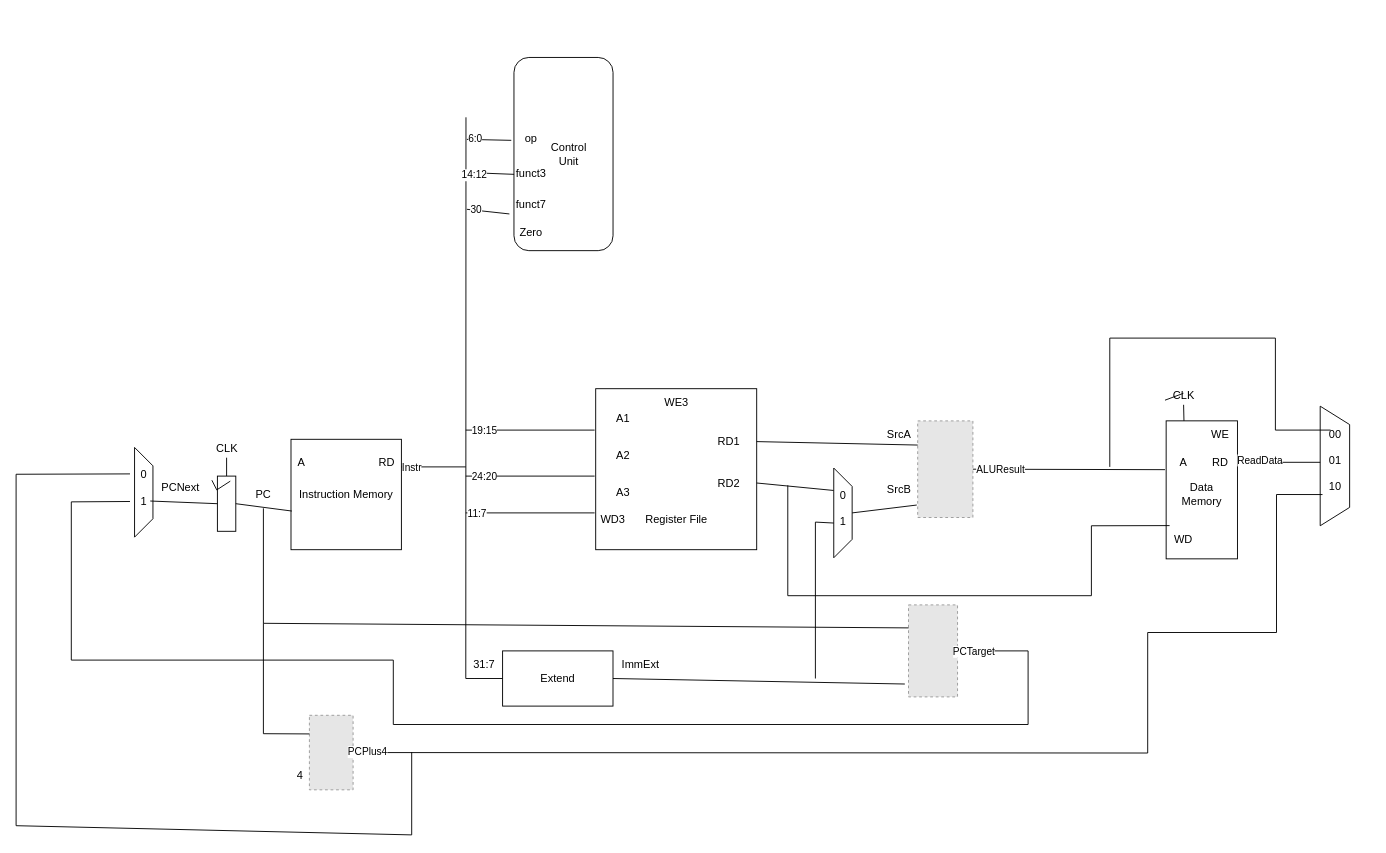
Above: Basis.drawio in aschi2403/RA-Projekt (draw.io), before the change. Source tidied: cells renumbered, new cells numbered last; positions are measured from the earlier drawing's top-left corner, leaving out a move shared by most shapes. Both pictures are drawn from the tidied source at 92%, with x=0, y=0 at pixel (16, 62). Pictures stored in the file or linked from it are replaced by grey dashed boxes.
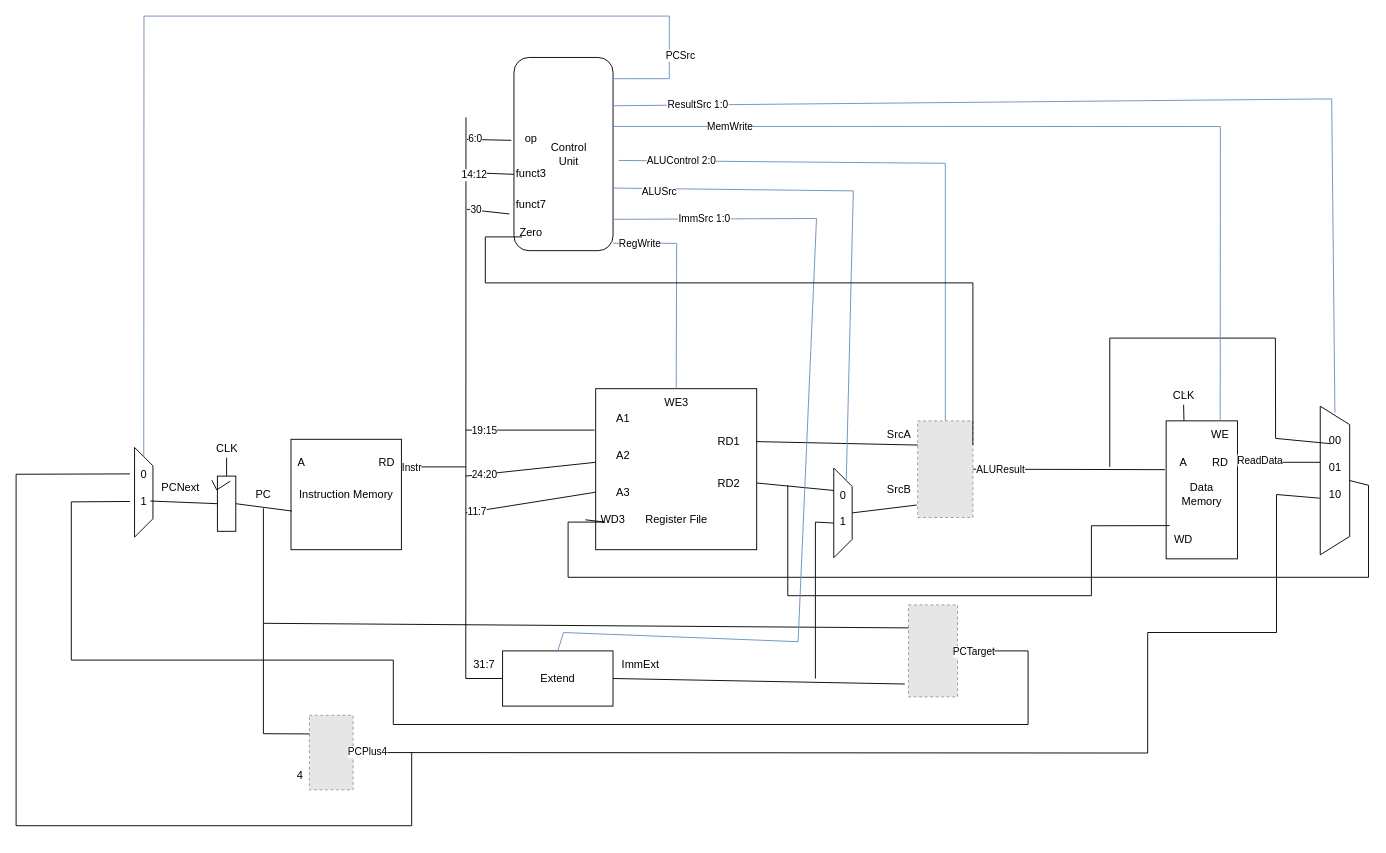
After the change.

Unchanged cells that the change refers to:
```xml
<mxCell id="13" style="shape=trapezoid;perimeter=trapezoidPerimeter;whiteSpace=wrap;html=1;fixedSize=1;rotation=90;" parent="12" vertex="1">
  <mxGeometry x="-18.8" y="38.8" width="97.5" height="20" as="geometry" />
</mxCell>
<mxCell id="14" value="&lt;div&gt;0&lt;/div&gt;&lt;div&gt;&lt;br&gt;&lt;/div&gt;&lt;div&gt;1&lt;br&gt;&lt;/div&gt;" style="text;html=1;strokeColor=none;fillColor=none;align=center;verticalAlign=middle;whiteSpace=wrap;rounded=0;" parent="12" vertex="1">
  <mxGeometry y="28.8" width="60" height="30" as="geometry" />
</mxCell>
<mxCell id="26" value="A2" style="text;html=1;strokeColor=none;fillColor=none;align=center;verticalAlign=middle;whiteSpace=wrap;rounded=0;" parent="1" vertex="1">
  <mxGeometry x="630" y="412.5" width="60" height="30" as="geometry" />
</mxCell>
<mxCell id="27" value="A3" style="text;html=1;strokeColor=none;fillColor=none;align=center;verticalAlign=middle;whiteSpace=wrap;rounded=0;" parent="1" vertex="1">
  <mxGeometry x="630" y="452.5" width="60" height="30" as="geometry" />
</mxCell>
<mxCell id="28" value="WE3" style="text;html=1;strokeColor=none;fillColor=none;align=center;verticalAlign=middle;whiteSpace=wrap;rounded=0;" parent="1" vertex="1">
  <mxGeometry x="687.5" y="355" width="60" height="30" as="geometry" />
</mxCell>
<mxCell id="29" value="WD3" style="text;html=1;strokeColor=none;fillColor=none;align=center;verticalAlign=middle;whiteSpace=wrap;rounded=0;" parent="1" vertex="1">
  <mxGeometry x="618.8" y="482.5" width="60" height="30" as="geometry" />
</mxCell>
<mxCell id="30" style="fillColor=#E6E6E6;strokeColor=#999999;dashed=1;verticalLabelPosition=bottom;labelBackgroundColor=default;verticalAlign=top;" parent="1" vertex="1">
  <mxGeometry x="980" y="390" width="60" height="105" as="geometry" />
</mxCell>
<mxCell id="35" style="shape=trapezoid;perimeter=trapezoidPerimeter;whiteSpace=wrap;html=1;fixedSize=1;rotation=90;" parent="1" vertex="1">
  <mxGeometry x="850" y="480" width="97.5" height="20" as="geometry" />
</mxCell>
<mxCell id="46" value="Extend" style="rounded=0;whiteSpace=wrap;html=1;" parent="1" vertex="1">
  <mxGeometry x="528.8" y="640" width="120" height="60" as="geometry" />
</mxCell>
<mxCell id="59" value="WE" style="text;html=1;strokeColor=none;fillColor=none;align=center;verticalAlign=middle;whiteSpace=wrap;rounded=0;" parent="1" vertex="1">
  <mxGeometry x="1278.8" y="390" width="60" height="30" as="geometry" />
</mxCell>
<mxCell id="61" value="CLK" style="text;html=1;align=center;verticalAlign=middle;points=[];strokeColor=none;fillColor=none;" parent="1" vertex="1">
  <mxGeometry x="1248.8" y="352.5" width="40" height="20" as="geometry" />
</mxCell>
<mxCell id="82" style="rounded=1;whiteSpace=wrap;html=1;rotation=90;" parent="81" vertex="1">
  <mxGeometry x="-70" y="46.1" width="210" height="107.7" as="geometry" />
</mxCell>
<mxCell id="87" value="Zero" style="text;html=1;strokeColor=none;fillColor=none;align=center;verticalAlign=middle;whiteSpace=wrap;rounded=0;" parent="81" vertex="1">
  <mxGeometry x="-30" y="170" width="60" height="30" as="geometry" />
</mxCell>
```

Diff of the diagram source:
```diff
@@
-    <mxCell id="42" style="endArrow=none;html=1;rounded=0;" parent="1" edge="1">
+    <mxCell id="42" style="endArrow=none;html=1;rounded=0;entryX=0;entryY=0.75;entryDx=0;entryDy=0;" parent="1" edge="1" target="26">
       <mxGeometry relative="1" as="geometry">
         <mxPoint x="488.8" y="450" as="sourcePoint" />
-        <mxPoint x="628.8" y="450" as="targetPoint" />
       </mxGeometry>
     </mxCell>
@@
-    <mxCell id="44" style="endArrow=none;html=1;rounded=0;" parent="1" edge="1">
+    <mxCell id="44" style="endArrow=none;html=1;rounded=0;entryX=0;entryY=0.5;entryDx=0;entryDy=0;" parent="1" edge="1" target="27">
       <mxGeometry relative="1" as="geometry">
         <mxPoint x="488.8" y="490" as="sourcePoint" />
-        <mxPoint x="628.8" y="490" as="targetPoint" />
       </mxGeometry>
     </mxCell>
@@
-    <mxCell id="62" style="endArrow=none;html=1;rounded=0;entryX=0;entryY=0.75;entryDx=0;entryDy=0;" parent="1" edge="1" target="61">
+    <mxCell id="62" style="endArrow=none;html=1;rounded=0;" parent="1" edge="1">
       <mxGeometry relative="1" as="geometry">
         <mxPoint x="1268.8" y="360" as="sourcePoint" />
+        <mxPoint x="1270" y="360" as="targetPoint" />
       </mxGeometry>
     </mxCell>
@@
     <mxCell id="67" style="shape=trapezoid;perimeter=trapezoidPerimeter;whiteSpace=wrap;html=1;fixedSize=1;rotation=90;" parent="1" vertex="1">
-      <mxGeometry x="1368.5" y="423" width="130" height="32" as="geometry" />
+      <mxGeometry x="1352.8" y="438.8" width="161.5" height="32" as="geometry" />
     </mxCell>
-    <mxCell id="68" value="&lt;div&gt;00&lt;/div&gt;&lt;div&gt;&lt;br&gt;&lt;/div&gt;&lt;div&gt;01&lt;/div&gt;&lt;div&gt;&lt;br&gt;&lt;/div&gt;&lt;div&gt;10&lt;br&gt;&lt;/div&gt;" style="text;html=1;strokeColor=none;fillColor=none;align=center;verticalAlign=middle;whiteSpace=wrap;rounded=0;" parent="1" vertex="1">
-      <mxGeometry x="1403.5" y="372.5" width="60" height="120" as="geometry" />
+    <mxCell id="68" value="&lt;div&gt;00&lt;/div&gt;&lt;div&gt;&lt;br&gt;&lt;/div&gt;&lt;div&gt;01&lt;/div&gt;&lt;div&gt;&lt;br&gt;&lt;/div&gt;&lt;div&gt;10&lt;br&gt;&lt;/div&gt;&lt;div&gt;&lt;br&gt;&lt;/div&gt;&lt;div&gt;&lt;br&gt;&lt;/div&gt;" style="text;html=1;strokeColor=none;fillColor=none;align=center;verticalAlign=middle;whiteSpace=wrap;rounded=0;" parent="1" vertex="1">
+      <mxGeometry x="1403.5" y="381" width="60" height="147.5" as="geometry" />
     </mxCell>
@@
     <mxCell id="70" style="endArrow=none;html=1;rounded=0;entryX=0.421;entryY=0.229;entryDx=0;entryDy=0;entryPerimeter=0;" parent="1" edge="1" target="68">
       <mxGeometry relative="1" as="geometry">
         <mxPoint x="1188.8" y="440" as="sourcePoint" />
         <Array as="points">
           <mxPoint x="1188.8" y="300" />
           <mxPoint x="1368.8" y="300" />
-          <mxPoint x="1368.8" y="400" />
+          <mxPoint x="1369" y="409" />
         </Array>
       </mxGeometry>
     </mxCell>
@@
-    <mxCell id="94" style="endArrow=none;html=1;rounded=0;entryX=0.275;entryY=0.813;entryDx=0;entryDy=0;entryPerimeter=0;" parent="1" edge="1" target="68">
+    <mxCell id="94" style="endArrow=none;html=1;rounded=0;entryX=0.619;entryY=1.016;entryDx=0;entryDy=0;entryPerimeter=0;" parent="1" edge="1" target="67">
       <mxGeometry relative="1" as="geometry">
         <mxPoint x="1230" y="620" as="sourcePoint" />
         <Array as="points">
           <mxPoint x="1370" y="620" />
           <mxPoint x="1370" y="470" />
         </Array>
       </mxGeometry>
     </mxCell>
     <mxCell id="95" style="endArrow=none;html=1;rounded=0;exitX=0.25;exitY=0;exitDx=0;exitDy=0;" parent="1" edge="1" source="14">
       <mxGeometry relative="1" as="geometry">
         <mxPoint x="430" y="750" as="targetPoint" />
         <Array as="points">
           <mxPoint y="448" />
           <mxPoint y="830" />
-          <mxPoint x="430" y="840" />
+          <mxPoint x="430" y="830" />
         </Array>
       </mxGeometry>
     </mxCell>
+    <mxCell id="96" style="endArrow=none;html=1;rounded=0;exitX=0;exitY=0.5;exitDx=0;exitDy=0;entryX=0.5;entryY=0;entryDx=0;entryDy=0;" parent="1" edge="1" source="29" target="67">
+      <mxGeometry relative="1" as="geometry">
+        <Array as="points">
+          <mxPoint x="640" y="500" />
+          <mxPoint x="600" y="500" />
+          <mxPoint x="600" y="560" />
+          <mxPoint x="1470" y="560" />
+          <mxPoint x="1470" y="460" />
+        </Array>
+      </mxGeometry>
+    </mxCell>
+    <mxCell id="97" style="endArrow=none;html=1;rounded=0;exitX=0.11;exitY=0.008;exitDx=0;exitDy=0;exitPerimeter=0;fillColor=#dae8fc;strokeColor=#6c8ebf;entryX=0;entryY=0.5;entryDx=0;entryDy=0;" parent="1" edge="1" source="82" target="13">
+      <mxGeometry relative="1" as="geometry">
+        <Array as="points">
+          <mxPoint x="710" y="18" />
+          <mxPoint x="710" y="-50" />
+          <mxPoint x="139" y="-50" />
+        </Array>
+      </mxGeometry>
+    </mxCell>
+    <mxCell id="98" value="PCSrc" style="edgeLabel;html=1;align=center;verticalAlign=middle;" parent="97" vertex="1">
+      <mxGeometry x="-0.85" y="2" relative="1" as="geometry">
+        <mxPoint x="13" as="offset" />
+      </mxGeometry>
+    </mxCell>
+    <mxCell id="99" style="endArrow=none;html=1;rounded=0;exitX=0.25;exitY=0;exitDx=0;exitDy=0;fillColor=#dae8fc;strokeColor=#6c8ebf;entryX=0.5;entryY=0;entryDx=0;entryDy=0;" parent="1" edge="1" source="82" target="68">
+      <mxGeometry relative="1" as="geometry">
+        <Array as="points">
+          <mxPoint x="1430" y="40" />
+        </Array>
+      </mxGeometry>
+    </mxCell>
+    <mxCell id="100" value="ResultSrc 1:0" style="edgeLabel;html=1;align=center;verticalAlign=middle;" parent="99" vertex="1">
+      <mxGeometry x="-0.88" y="1" relative="1" as="geometry">
+        <mxPoint x="25" as="offset" />
+      </mxGeometry>
+    </mxCell>
+    <mxCell id="101" value="MemWrite" style="endArrow=none;html=1;rounded=0;exitX=0.357;exitY=-0.001;exitDx=0;exitDy=0;exitPerimeter=0;fillColor=#dae8fc;strokeColor=#6c8ebf;entryX=0.5;entryY=0;entryDx=0;entryDy=0;" parent="1" edge="1" source="82" target="59">
+      <mxGeometry x="-0.74" relative="1" as="geometry">
+        <Array as="points">
+          <mxPoint x="1309" y="70" />
+        </Array>
+      </mxGeometry>
+    </mxCell>
+    <mxCell id="102" style="endArrow=none;html=1;rounded=0;exitX=0.533;exitY=-0.057;exitDx=0;exitDy=0;exitPerimeter=0;fillColor=#dae8fc;strokeColor=#6c8ebf;entryX=0.5;entryY=0;entryDx=0;entryDy=0;" parent="1" edge="1" source="82" target="30">
+      <mxGeometry relative="1" as="geometry">
+        <Array as="points">
+          <mxPoint x="1010" y="110" />
+        </Array>
+      </mxGeometry>
+    </mxCell>
+    <mxCell id="103" value="ALUControl 2:0" style="edgeLabel;html=1;align=center;verticalAlign=middle;" parent="102" vertex="1">
+      <mxGeometry x="-0.82" y="-2" relative="1" as="geometry">
+        <mxPoint x="11" y="-3" as="offset" />
+      </mxGeometry>
+    </mxCell>
+    <mxCell id="104" style="endArrow=none;html=1;rounded=0;exitX=0.676;exitY=-0.001;exitDx=0;exitDy=0;exitPerimeter=0;fillColor=#dae8fc;strokeColor=#6c8ebf;entryX=0;entryY=0.25;entryDx=0;entryDy=0;" parent="1" edge="1" source="82" target="35">
+      <mxGeometry relative="1" as="geometry">
+        <Array as="points">
+          <mxPoint x="910" y="140" />
+        </Array>
+      </mxGeometry>
+    </mxCell>
+    <mxCell id="105" value="ALUSrc" style="edgeLabel;html=1;align=center;verticalAlign=middle;" parent="104" vertex="1">
+      <mxGeometry x="-0.88" y="-2" relative="1" as="geometry">
+        <mxPoint x="15" y="1" as="offset" />
+      </mxGeometry>
+    </mxCell>
+    <mxCell id="106" style="endArrow=none;html=1;rounded=0;exitX=0.838;exitY=0.008;exitDx=0;exitDy=0;exitPerimeter=0;fillColor=#dae8fc;strokeColor=#6c8ebf;entryX=0.5;entryY=0;entryDx=0;entryDy=0;" parent="1" edge="1" source="82" target="46">
+      <mxGeometry relative="1" as="geometry">
+        <Array as="points">
+          <mxPoint x="870" y="170" />
+          <mxPoint x="850" y="630" />
+          <mxPoint x="595" y="620" />
+        </Array>
+      </mxGeometry>
+    </mxCell>
+    <mxCell id="107" value="ImmSrc 1:0" style="edgeLabel;html=1;align=center;verticalAlign=middle;" parent="106" vertex="1">
+      <mxGeometry x="-0.84" relative="1" as="geometry">
+        <mxPoint x="23" y="-1" as="offset" />
+      </mxGeometry>
+    </mxCell>
+    <mxCell id="108" style="endArrow=none;html=1;rounded=0;exitX=0.962;exitY=-0.001;exitDx=0;exitDy=0;exitPerimeter=0;entryX=0.5;entryY=0;entryDx=0;entryDy=0;fillColor=#dae8fc;strokeColor=#6c8ebf;" parent="1" edge="1" source="82" target="28">
+      <mxGeometry relative="1" as="geometry">
+        <Array as="points">
+          <mxPoint x="718" y="197" />
+        </Array>
+      </mxGeometry>
+    </mxCell>
+    <mxCell id="109" value="RegWrite" style="edgeLabel;html=1;align=center;verticalAlign=middle;" parent="108" vertex="1">
+      <mxGeometry x="-0.87" relative="1" as="geometry">
+        <mxPoint x="14" as="offset" />
+      </mxGeometry>
+    </mxCell>
+    <mxCell id="110" style="endArrow=none;html=1;rounded=0;entryX=1;entryY=0.25;entryDx=0;entryDy=0;exitX=0.333;exitY=0.667;exitDx=0;exitDy=0;exitPerimeter=0;" parent="1" edge="1" source="87" target="30">
+      <mxGeometry relative="1" as="geometry">
+        <Array as="points">
+          <mxPoint x="510" y="190" />
+          <mxPoint x="510" y="240" />
+          <mxPoint x="1040" y="240" />
+        </Array>
+      </mxGeometry>
+    </mxCell>
```
